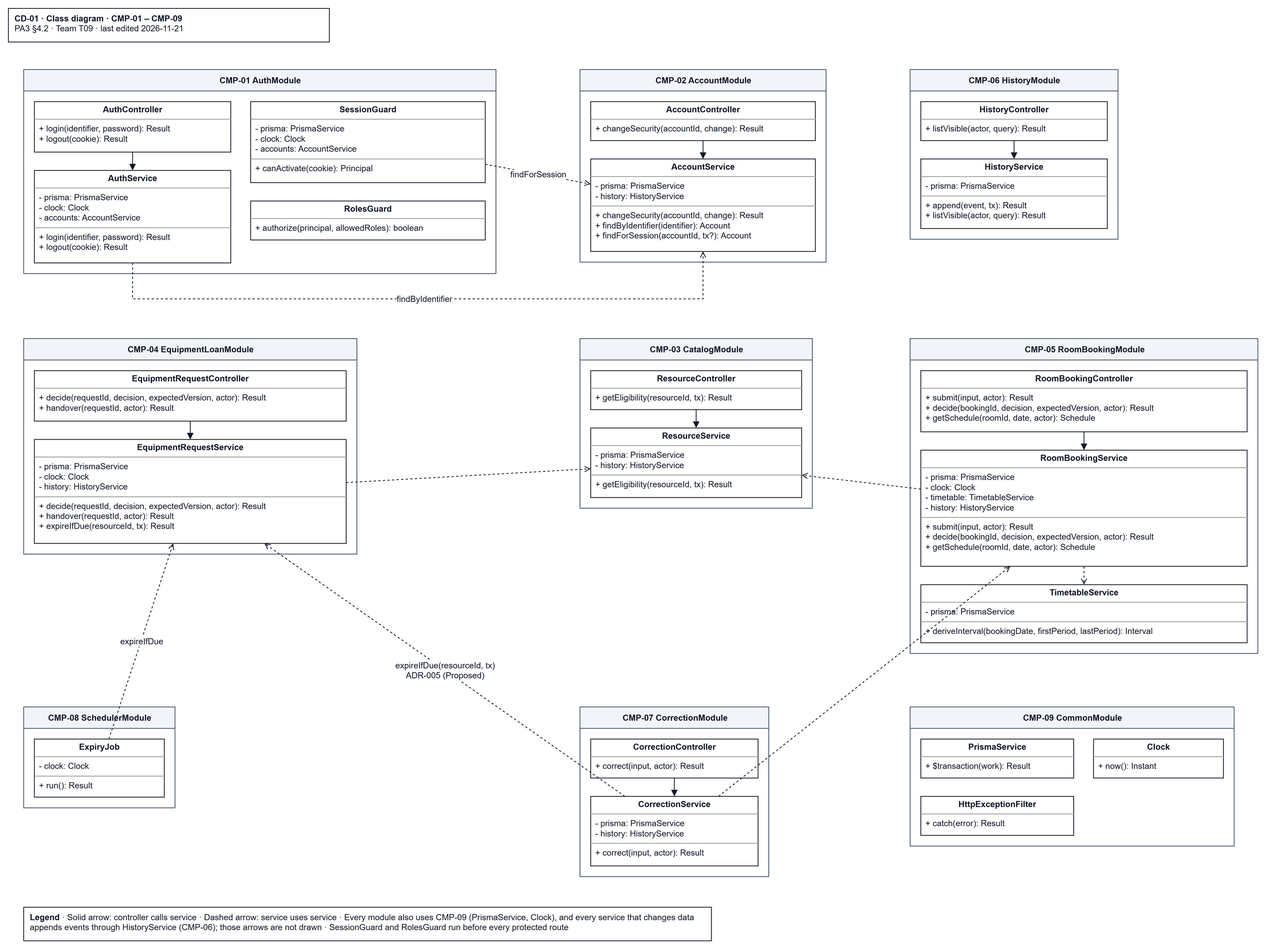
This is docs/design/diagrams/CD-01_component-classes.drawio.png from JuliaTrang/T09-CampusBorrow, a draw.io export, as it was before one commit. Source tidied: cells renumbered, new cells last; positions are measured from the earlier drawing's top-left corner, leaving out a move shared by most shapes.
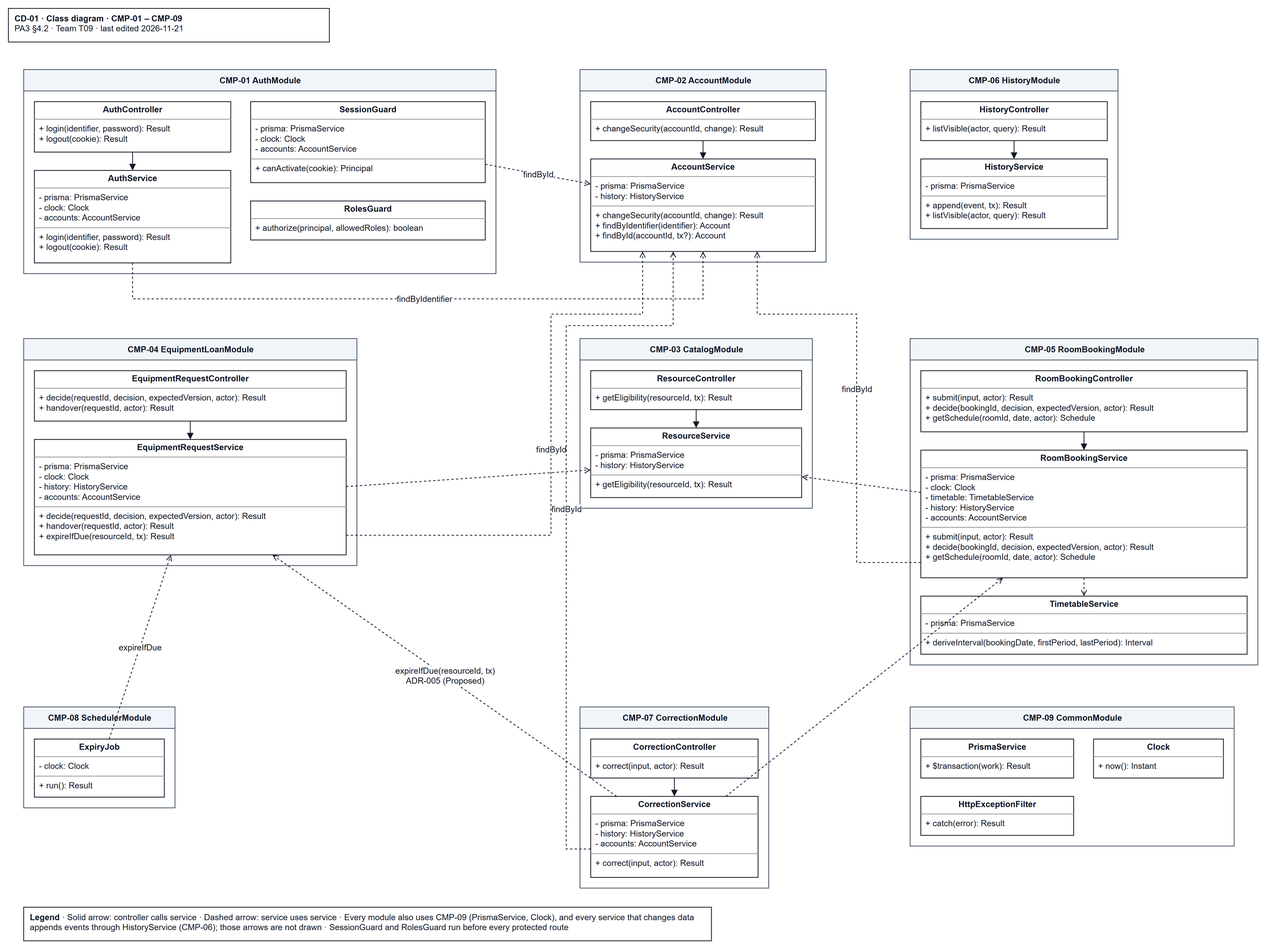
After the change.

The edit, as a diff of the source:
```diff
@@ -26,7 +26,7 @@
     <mxCell id="9" value="&lt;p style=&quot;margin:0px;margin-top:4px;text-align:center;&quot;&gt;&lt;b&gt;AccountController&lt;/b&gt;&lt;/p&gt;&lt;hr size=&quot;1&quot;/&gt;&lt;p style=&quot;margin:0px;margin-left:6px;&quot;&gt;+ changeSecurity(accountId, change): Result&lt;/p&gt;" style="verticalAlign=top;align=left;overflow=fill;html=1;whiteSpace=wrap;rounded=0;strokeColor=#111827;fillColor=#ffffff;fontFamily=Arial;fontSize=11;fontColor=#111827;" parent="8" vertex="1">
       <mxGeometry x="14" y="42" width="294" height="51" as="geometry" />
     </mxCell>
-    <mxCell id="10" value="&lt;p style=&quot;margin:0px;margin-top:4px;text-align:center;&quot;&gt;&lt;b&gt;AccountService&lt;/b&gt;&lt;/p&gt;&lt;hr size=&quot;1&quot;/&gt;&lt;p style=&quot;margin:0px;margin-left:6px;&quot;&gt;- prisma: PrismaService&lt;br&gt;- history: HistoryService&lt;/p&gt;&lt;hr size=&quot;1&quot;/&gt;&lt;p style=&quot;margin:0px;margin-left:6px;&quot;&gt;+ changeSecurity(accountId, change): Result&lt;br&gt;+ findByIdentifier(identifier): Account&lt;br&gt;+ findForSession(accountId, tx?): Account&lt;/p&gt;" style="verticalAlign=top;align=left;overflow=fill;html=1;whiteSpace=wrap;rounded=0;strokeColor=#111827;fillColor=#ffffff;fontFamily=Arial;fontSize=11;fontColor=#111827;" parent="8" vertex="1">
+    <mxCell id="10" value="&lt;p style=&quot;margin:0px;margin-top:4px;text-align:center;&quot;&gt;&lt;b&gt;AccountService&lt;/b&gt;&lt;/p&gt;&lt;hr size=&quot;1&quot;/&gt;&lt;p style=&quot;margin:0px;margin-left:6px;&quot;&gt;- prisma: PrismaService&lt;br&gt;- history: HistoryService&lt;/p&gt;&lt;hr size=&quot;1&quot;/&gt;&lt;p style=&quot;margin:0px;margin-left:6px;&quot;&gt;+ changeSecurity(accountId, change): Result&lt;br&gt;+ findByIdentifier(identifier): Account&lt;br&gt;+ findById(accountId, tx?): Account&lt;/p&gt;" style="verticalAlign=top;align=left;overflow=fill;html=1;whiteSpace=wrap;rounded=0;strokeColor=#111827;fillColor=#ffffff;fontFamily=Arial;fontSize=11;fontColor=#111827;" parent="8" vertex="1">
       <mxGeometry x="14" y="117" width="294" height="121" as="geometry" />
     </mxCell>
     <mxCell id="11" value="CMP-06 HistoryModule" style="swimlane;startSize=28;html=1;horizontal=1;fillColor=#f1f5f9;strokeColor=#475569;fontStyle=1;rounded=0;fontFamily=Arial;fontSize=11;fontColor=#111827;" parent="1" vertex="1">
@@ -39,13 +39,13 @@
       <mxGeometry x="14" y="117" width="244" height="91" as="geometry" />
     </mxCell>
     <mxCell id="14" value="CMP-04 EquipmentLoanModule" style="swimlane;startSize=28;html=1;horizontal=1;fillColor=#f1f5f9;strokeColor=#475569;fontStyle=1;rounded=0;fontFamily=Arial;fontSize=11;fontColor=#111827;" parent="1" vertex="1">
-      <mxGeometry x="20" y="432" width="436" height="282" as="geometry" />
+      <mxGeometry x="20" y="432" width="436" height="297" as="geometry" />
     </mxCell>
     <mxCell id="15" value="&lt;p style=&quot;margin:0px;margin-top:4px;text-align:center;&quot;&gt;&lt;b&gt;EquipmentRequestController&lt;/b&gt;&lt;/p&gt;&lt;hr size=&quot;1&quot;/&gt;&lt;p style=&quot;margin:0px;margin-left:6px;&quot;&gt;+ decide(requestId, decision, expectedVersion, actor): Result&lt;br&gt;+ handover(requestId, actor): Result&lt;/p&gt;" style="verticalAlign=top;align=left;overflow=fill;html=1;whiteSpace=wrap;rounded=0;strokeColor=#111827;fillColor=#ffffff;fontFamily=Arial;fontSize=11;fontColor=#111827;" parent="14" vertex="1">
       <mxGeometry x="14" y="42" width="408" height="66" as="geometry" />
     </mxCell>
-    <mxCell id="16" value="&lt;p style=&quot;margin:0px;margin-top:4px;text-align:center;&quot;&gt;&lt;b&gt;EquipmentRequestService&lt;/b&gt;&lt;/p&gt;&lt;hr size=&quot;1&quot;/&gt;&lt;p style=&quot;margin:0px;margin-left:6px;&quot;&gt;- prisma: PrismaService&lt;br&gt;- clock: Clock&lt;br&gt;- history: HistoryService&lt;/p&gt;&lt;hr size=&quot;1&quot;/&gt;&lt;p style=&quot;margin:0px;margin-left:6px;&quot;&gt;+ decide(requestId, decision, expectedVersion, actor): Result&lt;br&gt;+ handover(requestId, actor): Result&lt;br&gt;+ expireIfDue(resourceId, tx): Result&lt;/p&gt;" style="verticalAlign=top;align=left;overflow=fill;html=1;whiteSpace=wrap;rounded=0;strokeColor=#111827;fillColor=#ffffff;fontFamily=Arial;fontSize=11;fontColor=#111827;" parent="14" vertex="1">
-      <mxGeometry x="14" y="132" width="408" height="136" as="geometry" />
+    <mxCell id="16" value="&lt;p style=&quot;margin:0px;margin-top:4px;text-align:center;&quot;&gt;&lt;b&gt;EquipmentRequestService&lt;/b&gt;&lt;/p&gt;&lt;hr size=&quot;1&quot;/&gt;&lt;p style=&quot;margin:0px;margin-left:6px;&quot;&gt;- prisma: PrismaService&lt;br&gt;- clock: Clock&lt;br&gt;- history: HistoryService&lt;br&gt;- accounts: AccountService&lt;/p&gt;&lt;hr size=&quot;1&quot;/&gt;&lt;p style=&quot;margin:0px;margin-left:6px;&quot;&gt;+ decide(requestId, decision, expectedVersion, actor): Result&lt;br&gt;+ handover(requestId, actor): Result&lt;br&gt;+ expireIfDue(resourceId, tx): Result&lt;/p&gt;" style="verticalAlign=top;align=left;overflow=fill;html=1;whiteSpace=wrap;rounded=0;strokeColor=#111827;fillColor=#ffffff;fontFamily=Arial;fontSize=11;fontColor=#111827;" parent="14" vertex="1">
+      <mxGeometry x="14" y="132" width="408" height="151" as="geometry" />
     </mxCell>
     <mxCell id="17" value="CMP-03 CatalogModule" style="swimlane;startSize=28;html=1;horizontal=1;fillColor=#f1f5f9;strokeColor=#475569;fontStyle=1;rounded=0;fontFamily=Arial;fontSize=11;fontColor=#111827;" parent="1" vertex="1">
       <mxGeometry x="748" y="432" width="304" height="222" as="geometry" />
@@ -57,16 +57,16 @@
       <mxGeometry x="14" y="117" width="276" height="91" as="geometry" />
     </mxCell>
     <mxCell id="20" value="CMP-05 RoomBookingModule" style="swimlane;startSize=28;html=1;horizontal=1;fillColor=#f1f5f9;strokeColor=#475569;fontStyle=1;rounded=0;fontFamily=Arial;fontSize=11;fontColor=#111827;" parent="1" vertex="1">
-      <mxGeometry x="1180" y="432" width="455" height="412" as="geometry" />
+      <mxGeometry x="1180" y="432" width="455" height="427" as="geometry" />
     </mxCell>
     <mxCell id="21" value="&lt;p style=&quot;margin:0px;margin-top:4px;text-align:center;&quot;&gt;&lt;b&gt;RoomBookingController&lt;/b&gt;&lt;/p&gt;&lt;hr size=&quot;1&quot;/&gt;&lt;p style=&quot;margin:0px;margin-left:6px;&quot;&gt;+ submit(input, actor): Result&lt;br&gt;+ decide(bookingId, decision, expectedVersion, actor): Result&lt;br&gt;+ getSchedule(roomId, date, actor): Schedule&lt;/p&gt;" style="verticalAlign=top;align=left;overflow=fill;html=1;whiteSpace=wrap;rounded=0;strokeColor=#111827;fillColor=#ffffff;fontFamily=Arial;fontSize=11;fontColor=#111827;" parent="20" vertex="1">
       <mxGeometry x="14" y="42" width="427" height="80" as="geometry" />
     </mxCell>
-    <mxCell id="22" value="&lt;p style=&quot;margin:0px;margin-top:4px;text-align:center;&quot;&gt;&lt;b&gt;RoomBookingService&lt;/b&gt;&lt;/p&gt;&lt;hr size=&quot;1&quot;/&gt;&lt;p style=&quot;margin:0px;margin-left:6px;&quot;&gt;- prisma: PrismaService&lt;br&gt;- clock: Clock&lt;br&gt;- timetable: TimetableService&lt;br&gt;- history: HistoryService&lt;/p&gt;&lt;hr size=&quot;1&quot;/&gt;&lt;p style=&quot;margin:0px;margin-left:6px;&quot;&gt;+ submit(input, actor): Result&lt;br&gt;+ decide(bookingId, decision, expectedVersion, actor): Result&lt;br&gt;+ getSchedule(roomId, date, actor): Schedule&lt;/p&gt;" style="verticalAlign=top;align=left;overflow=fill;html=1;whiteSpace=wrap;rounded=0;strokeColor=#111827;fillColor=#ffffff;fontFamily=Arial;fontSize=11;fontColor=#111827;" parent="20" vertex="1">
-      <mxGeometry x="14" y="146" width="427" height="152" as="geometry" />
+    <mxCell id="22" value="&lt;p style=&quot;margin:0px;margin-top:4px;text-align:center;&quot;&gt;&lt;b&gt;RoomBookingService&lt;/b&gt;&lt;/p&gt;&lt;hr size=&quot;1&quot;/&gt;&lt;p style=&quot;margin:0px;margin-left:6px;&quot;&gt;- prisma: PrismaService&lt;br&gt;- clock: Clock&lt;br&gt;- timetable: TimetableService&lt;br&gt;- history: HistoryService&lt;br&gt;- accounts: AccountService&lt;/p&gt;&lt;hr size=&quot;1&quot;/&gt;&lt;p style=&quot;margin:0px;margin-left:6px;&quot;&gt;+ submit(input, actor): Result&lt;br&gt;+ decide(bookingId, decision, expectedVersion, actor): Result&lt;br&gt;+ getSchedule(roomId, date, actor): Schedule&lt;/p&gt;" style="verticalAlign=top;align=left;overflow=fill;html=1;whiteSpace=wrap;rounded=0;strokeColor=#111827;fillColor=#ffffff;fontFamily=Arial;fontSize=11;fontColor=#111827;" parent="20" vertex="1">
+      <mxGeometry x="14" y="146" width="427" height="167" as="geometry" />
     </mxCell>
     <mxCell id="23" value="&lt;p style=&quot;margin:0px;margin-top:4px;text-align:center;&quot;&gt;&lt;b&gt;TimetableService&lt;/b&gt;&lt;/p&gt;&lt;hr size=&quot;1&quot;/&gt;&lt;p style=&quot;margin:0px;margin-left:6px;&quot;&gt;- prisma: PrismaService&lt;/p&gt;&lt;hr size=&quot;1&quot;/&gt;&lt;p style=&quot;margin:0px;margin-left:6px;&quot;&gt;+ deriveInterval(bookingDate, firstPeriod, lastPeriod): Interval&lt;/p&gt;" style="verticalAlign=top;align=left;overflow=fill;html=1;whiteSpace=wrap;rounded=0;strokeColor=#111827;fillColor=#ffffff;fontFamily=Arial;fontSize=11;fontColor=#111827;" parent="20" vertex="1">
-      <mxGeometry x="14" y="322" width="427" height="76" as="geometry" />
+      <mxGeometry x="14" y="337" width="427" height="76" as="geometry" />
     </mxCell>
     <mxCell id="24" value="CMP-08 SchedulerModule" style="swimlane;startSize=28;html=1;horizontal=1;fillColor=#f1f5f9;strokeColor=#475569;fontStyle=1;rounded=0;fontFamily=Arial;fontSize=11;fontColor=#111827;" parent="1" vertex="1">
       <mxGeometry x="20" y="914" width="198" height="132" as="geometry" />
@@ -75,13 +75,13 @@
       <mxGeometry x="14" y="42" width="170" height="76" as="geometry" />
     </mxCell>
     <mxCell id="26" value="CMP-07 CorrectionModule" style="swimlane;startSize=28;html=1;horizontal=1;fillColor=#f1f5f9;strokeColor=#475569;fontStyle=1;rounded=0;fontFamily=Arial;fontSize=11;fontColor=#111827;" parent="1" vertex="1">
-      <mxGeometry x="748" y="914" width="247" height="222" as="geometry" />
+      <mxGeometry x="748" y="914" width="247" height="237" as="geometry" />
     </mxCell>
     <mxCell id="27" value="&lt;p style=&quot;margin:0px;margin-top:4px;text-align:center;&quot;&gt;&lt;b&gt;CorrectionController&lt;/b&gt;&lt;/p&gt;&lt;hr size=&quot;1&quot;/&gt;&lt;p style=&quot;margin:0px;margin-left:6px;&quot;&gt;+ correct(input, actor): Result&lt;/p&gt;" style="verticalAlign=top;align=left;overflow=fill;html=1;whiteSpace=wrap;rounded=0;strokeColor=#111827;fillColor=#ffffff;fontFamily=Arial;fontSize=11;fontColor=#111827;" parent="26" vertex="1">
       <mxGeometry x="14" y="42" width="219" height="51" as="geometry" />
     </mxCell>
-    <mxCell id="28" value="&lt;p style=&quot;margin:0px;margin-top:4px;text-align:center;&quot;&gt;&lt;b&gt;CorrectionService&lt;/b&gt;&lt;/p&gt;&lt;hr size=&quot;1&quot;/&gt;&lt;p style=&quot;margin:0px;margin-left:6px;&quot;&gt;- prisma: PrismaService&lt;br&gt;- history: HistoryService&lt;/p&gt;&lt;hr size=&quot;1&quot;/&gt;&lt;p style=&quot;margin:0px;margin-left:6px;&quot;&gt;+ correct(input, actor): Result&lt;/p&gt;" style="verticalAlign=top;align=left;overflow=fill;html=1;whiteSpace=wrap;rounded=0;strokeColor=#111827;fillColor=#ffffff;fontFamily=Arial;fontSize=11;fontColor=#111827;" parent="26" vertex="1">
-      <mxGeometry x="14" y="117" width="219" height="91" as="geometry" />
+    <mxCell id="28" value="&lt;p style=&quot;margin:0px;margin-top:4px;text-align:center;&quot;&gt;&lt;b&gt;CorrectionService&lt;/b&gt;&lt;/p&gt;&lt;hr size=&quot;1&quot;/&gt;&lt;p style=&quot;margin:0px;margin-left:6px;&quot;&gt;- prisma: PrismaService&lt;br&gt;- history: HistoryService&lt;br&gt;- accounts: AccountService&lt;/p&gt;&lt;hr size=&quot;1&quot;/&gt;&lt;p style=&quot;margin:0px;margin-left:6px;&quot;&gt;+ correct(input, actor): Result&lt;/p&gt;" style="verticalAlign=top;align=left;overflow=fill;html=1;whiteSpace=wrap;rounded=0;strokeColor=#111827;fillColor=#ffffff;fontFamily=Arial;fontSize=11;fontColor=#111827;" parent="26" vertex="1">
+      <mxGeometry x="14" y="117" width="219" height="106" as="geometry" />
     </mxCell>
     <mxCell id="29" value="CMP-09 CommonModule" style="swimlane;startSize=28;html=1;horizontal=1;fillColor=#f1f5f9;strokeColor=#475569;fontStyle=1;rounded=0;fontFamily=Arial;fontSize=11;fontColor=#111827;" parent="1" vertex="1">
       <mxGeometry x="1180" y="914" width="424" height="182" as="geometry" />
@@ -116,7 +116,7 @@
     <mxCell id="39" style="edgeStyle=orthogonalEdgeStyle;rounded=0;html=1;endArrow=block;endFill=1;strokeColor=#111827;fontFamily=Arial;fontSize=11;fontColor=#111827;" parent="1" edge="1" source="27" target="28">
       <mxGeometry relative="1" as="geometry" />
     </mxCell>
-    <mxCell id="40" value="findForSession" style="rounded=0;html=1;endArrow=open;endFill=0;dashed=1;strokeColor=#111827;fontFamily=Arial;fontSize=11;fontColor=#111827;" parent="1" edge="1" source="6" target="10">
+    <mxCell id="40" value="findById" style="rounded=0;html=1;endArrow=open;endFill=0;dashed=1;strokeColor=#111827;fontFamily=Arial;fontSize=11;fontColor=#111827;" parent="1" edge="1" source="6" target="10">
       <mxGeometry relative="1" as="geometry" />
     </mxCell>
     <mxCell id="41" value="findByIdentifier" style="rounded=0;html=1;endArrow=open;endFill=0;dashed=1;strokeColor=#111827;fontFamily=Arial;fontSize=11;fontColor=#111827;edgeStyle=orthogonalEdgeStyle;exitX=0.5;exitY=1;entryX=0.5;entryY=1;" parent="1" edge="1" source="5" target="10">
@@ -148,5 +148,32 @@
     <mxCell id="48" value="&lt;b&gt;Legend&lt;/b&gt; · Solid arrow: controller calls service · Dashed arrow: service uses service · Every module also uses CMP-09 (PrismaService, Clock), and every service that changes data appends events through HistoryService (CMP-06); those arrows are not drawn · SessionGuard and RolesGuard run before every protected route" style="rounded=0;whiteSpace=wrap;html=1;align=left;verticalAlign=top;spacingLeft=6;strokeColor=#111827;fillColor=#ffffff;fontFamily=Arial;fontSize=11;fontColor=#111827;" parent="1" vertex="1">
       <mxGeometry x="20" y="1176" width="900" height="44" as="geometry" />
     </mxCell>
+    <mxCell id="49" value="findById" style="rounded=0;html=1;endArrow=open;endFill=0;dashed=1;strokeColor=#111827;fontFamily=Arial;fontSize=11;fontColor=#111827;edgeStyle=orthogonalEdgeStyle;exitX=1;exitY=0.83;entryX=0.231;entryY=1;" parent="1" edge="1" source="16" target="10">
+      <mxGeometry relative="1" as="geometry">
+        <Array as="points">
+          <mxPoint x="710" y="690" />
+          <mxPoint x="710" y="400" />
+          <mxPoint x="830" y="400" />
+        </Array>
+      </mxGeometry>
+    </mxCell>
+    <mxCell id="50" value="findById" style="rounded=0;html=1;endArrow=open;endFill=0;dashed=1;strokeColor=#111827;fontFamily=Arial;fontSize=11;fontColor=#111827;edgeStyle=orthogonalEdgeStyle;exitX=0;exitY=0.88;entryX=0.741;entryY=1;" parent="1" edge="1" source="22" target="10">
+      <mxGeometry relative="1" as="geometry">
+        <Array as="points">
+          <mxPoint x="1110" y="725" />
+          <mxPoint x="1110" y="400" />
+          <mxPoint x="980" y="400" />
+        </Array>
+      </mxGeometry>
+    </mxCell>
+    <mxCell id="51" value="findById" style="rounded=0;html=1;endArrow=open;endFill=0;dashed=1;strokeColor=#111827;fontFamily=Arial;fontSize=11;fontColor=#111827;edgeStyle=orthogonalEdgeStyle;exitX=0;exitY=0.65;entryX=0.367;entryY=1;" parent="1" edge="1" source="28" target="10">
+      <mxGeometry relative="1" as="geometry">
+        <Array as="points">
+          <mxPoint x="730" y="1100" />
+          <mxPoint x="730" y="415" />
+          <mxPoint x="870" y="415" />
+        </Array>
+      </mxGeometry>
+    </mxCell>
   </root>
 </mxGraphModel>
```
